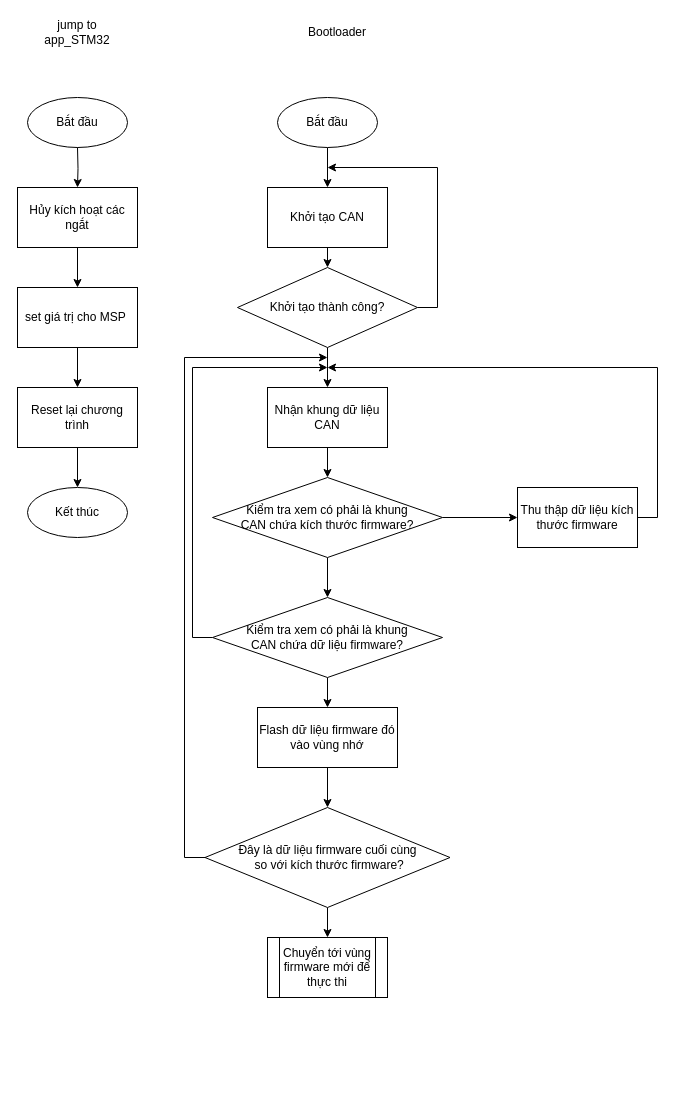
Above: page "STM32" (1 of 6) of STM32_01.drawio in thanhtung386/web_iot_interface (draw.io), before the change. Source tidied: cells renumbered, new cells numbered last; positions are measured from the earlier drawing's top-left corner, leaving out a move shared by most shapes. Both pictures are drawn from the tidied source at 100%, with x=0, y=0 at pixel (17, 17).
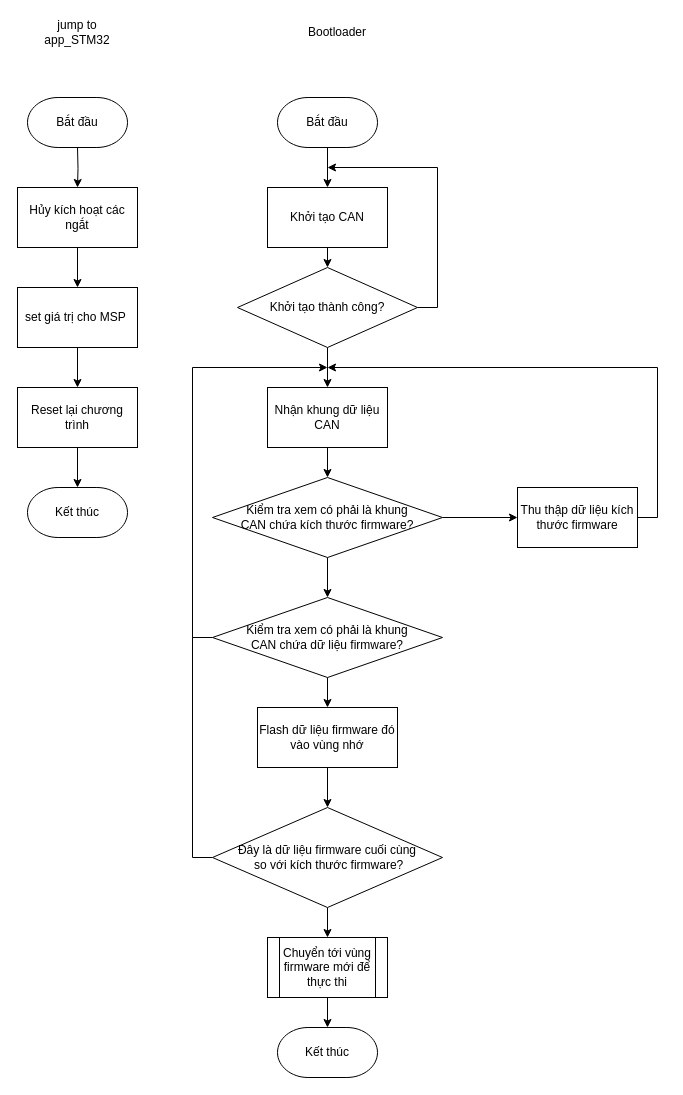
The same diagram, later.

The change refers to these unchanged cells:
```xml
<mxCell id="34" value="Chuyển tới vùng firmware mới để thực thi" style="shape=process;whiteSpace=wrap;html=1;backgroundOutline=1;" parent="1" vertex="1">
  <mxGeometry x="250" y="920" width="120" height="60" as="geometry" />
</mxCell>
```

The edit, as a diff of the source:
```diff
@@
-    <mxCell id="2" value="Bắt đầu" style="ellipse;whiteSpace=wrap;html=1;" parent="1" vertex="1">
+    <mxCell id="2" value="Bắt đầu" style="whiteSpace=wrap;html=1;strokeWidth=1;shape=mxgraph.flowchart.terminator;" parent="1" vertex="1">
       <mxGeometry x="10" y="80" width="100" height="50" as="geometry" />
     </mxCell>
@@
-    <mxCell id="11" value="Kết thúc" style="ellipse;whiteSpace=wrap;html=1;" parent="1" vertex="1">
+    <mxCell id="11" value="Kết thúc" style="whiteSpace=wrap;html=1;strokeWidth=1;shape=mxgraph.flowchart.terminator;" parent="1" vertex="1">
       <mxGeometry x="10" y="470" width="100" height="50" as="geometry" />
     </mxCell>
@@
-    <mxCell id="13" value="Bắt đầu" style="ellipse;whiteSpace=wrap;html=1;" parent="1" vertex="1">
+    <mxCell id="13" value="Bắt đầu" style="whiteSpace=wrap;html=1;strokeWidth=1;shape=mxgraph.flowchart.terminator;" parent="1" vertex="1">
       <mxGeometry x="260" y="80" width="100" height="50" as="geometry" />
     </mxCell>
@@
-    <mxCell id="32" style="edgeStyle=orthogonalEdgeStyle;rounded=0;jettySize=auto;html=1;exitX=0;exitY=0.5;exitDx=0;exitDy=0;" parent="1" edge="1" source="33">
-      <mxGeometry relative="1" as="geometry">
-        <mxPoint x="310" y="340" as="targetPoint" />
-        <Array as="points">
-          <mxPoint x="167" y="840" />
-          <mxPoint x="167" y="340" />
-        </Array>
-      </mxGeometry>
-    </mxCell>
+    <mxCell id="36" style="edgeStyle=orthogonalEdgeStyle;rounded=0;jettySize=auto;html=1;exitX=0;exitY=0.5;exitDx=0;exitDy=0;endArrow=none;endFill=0;" parent="1" edge="1" source="33">
+      <mxGeometry relative="1" as="geometry">
+        <mxPoint x="180" y="620" as="targetPoint" />
+        <Array as="points">
+          <mxPoint x="175" y="840" />
+          <mxPoint x="175" y="620" />
+        </Array>
+      </mxGeometry>
+    </mxCell>
     <mxCell id="33" value="Đây là dữ liệu firmware cuối cùng&lt;div&gt;&amp;nbsp;so với kích thước firmware?&lt;/div&gt;" style="rhombus;whiteSpace=wrap;html=1;" parent="1" vertex="1">
-      <mxGeometry x="187.5" y="790" width="245" height="100" as="geometry" />
+      <mxGeometry x="195" y="790" width="230" height="100" as="geometry" />
     </mxCell>
+    <mxCell id="37" style="edgeStyle=orthogonalEdgeStyle;rounded=0;jettySize=auto;html=1;exitX=0.5;exitY=1;exitDx=0;exitDy=0;entryX=0.5;entryY=0;entryDx=0;entryDy=0;" parent="1" edge="1" source="34" target="38">
+      <mxGeometry relative="1" as="geometry" />
+    </mxCell>
@@
+    <mxCell id="38" value="Kết thúc" style="whiteSpace=wrap;html=1;strokeWidth=1;shape=mxgraph.flowchart.terminator;" parent="1" vertex="1">
+      <mxGeometry x="260" y="1010" width="100" height="50" as="geometry" />
+    </mxCell>
```
